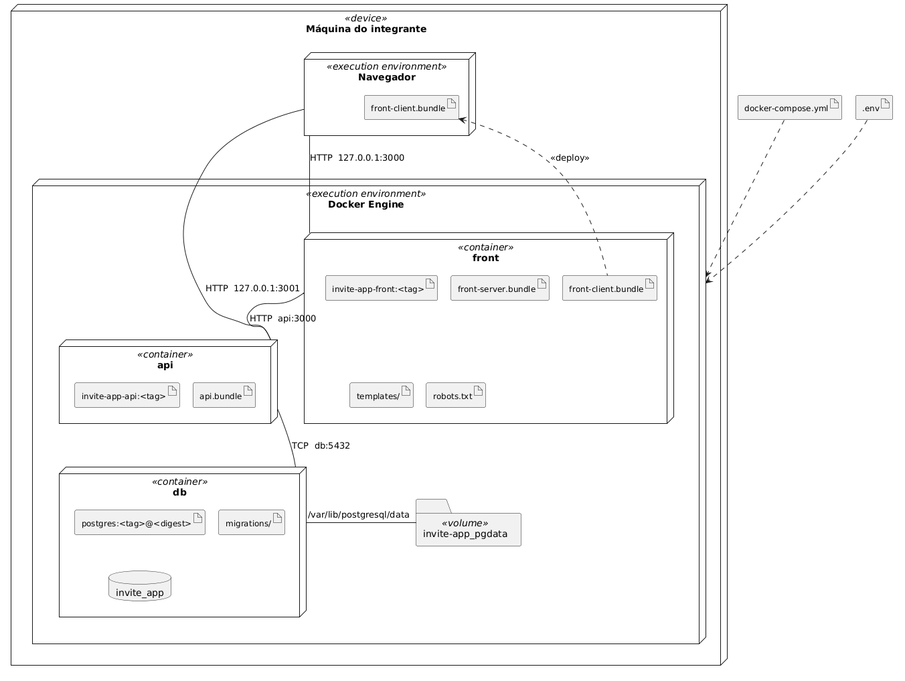
The PlantUML diagram docs/.attachments/diagrama-de-implantacao.png in tcpassos/invite-app, before a commit.
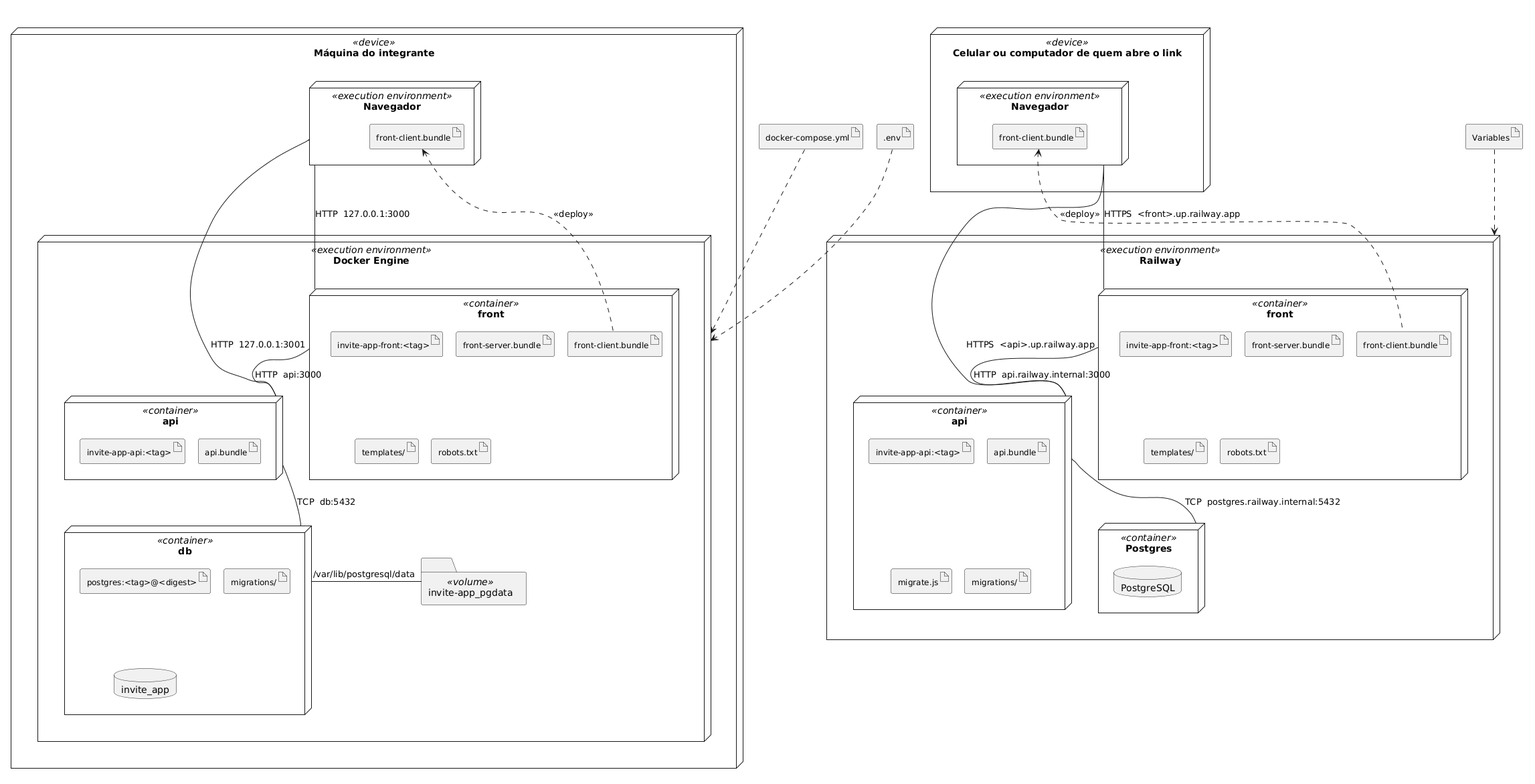
After the change.

Diff of the diagram source:
```diff
@@ -38,8 +38,37 @@
   }
 }
 
+node "Celular ou computador de quem abre o link" <<device>> as USERDEV {
+  node "Navegador" <<execution environment>> as RBROWSER {
+    artifact "front-client.bundle" as RCLIENTRT
+  }
+}
+
+node "Railway" <<execution environment>> as RAILWAY {
+
+  node "front" <<container>> as RFRONT {
+    artifact "invite-app-front:<tag>" as RIMGFRONT
+    artifact "front-server.bundle" as RSRVBUNDLE
+    artifact "front-client.bundle" as RCLIENTBUNDLE
+    artifact "templates/" as RTPL
+    artifact "robots.txt" as RROBOTS
+  }
+
+  node "api" <<container>> as RAPI {
+    artifact "invite-app-api:<tag>" as RIMGAPI
+    artifact "api.bundle" as RAPIBUNDLE
+    artifact "migrate.js" as RMIGRATE
+    artifact "migrations/" as RMIG
+  }
+
+  node "Postgres" <<container>> as RDBNODE {
+    database "PostgreSQL" as RDB
+  }
+}
+
 artifact "docker-compose.yml" as COMPOSE
 artifact ".env" as ENV
+artifact "Variables" as RVARS
 
 BROWSER -down- CFRONT : "HTTP  127.0.0.1:3000"
 BROWSER -down- CAPI : "HTTP  127.0.0.1:3001"
@@ -52,4 +81,15 @@
 COMPOSE .down.> ENGINE
 ENV .down.> ENGINE
 
+HOST -[hidden]right- USERDEV
+
+RBROWSER -down- RFRONT : "HTTPS  <front>.up.railway.app"
+RBROWSER -down- RAPI : "HTTPS  <api>.up.railway.app"
+RFRONT -down- RAPI : "HTTP  api.railway.internal:3000"
+RAPI -down- RDBNODE : "TCP  postgres.railway.internal:5432"
+
+RCLIENTBUNDLE .up.> RCLIENTRT : "<<deploy>>"
+
+RVARS .down.> RAILWAY
+
 @enduml
```
